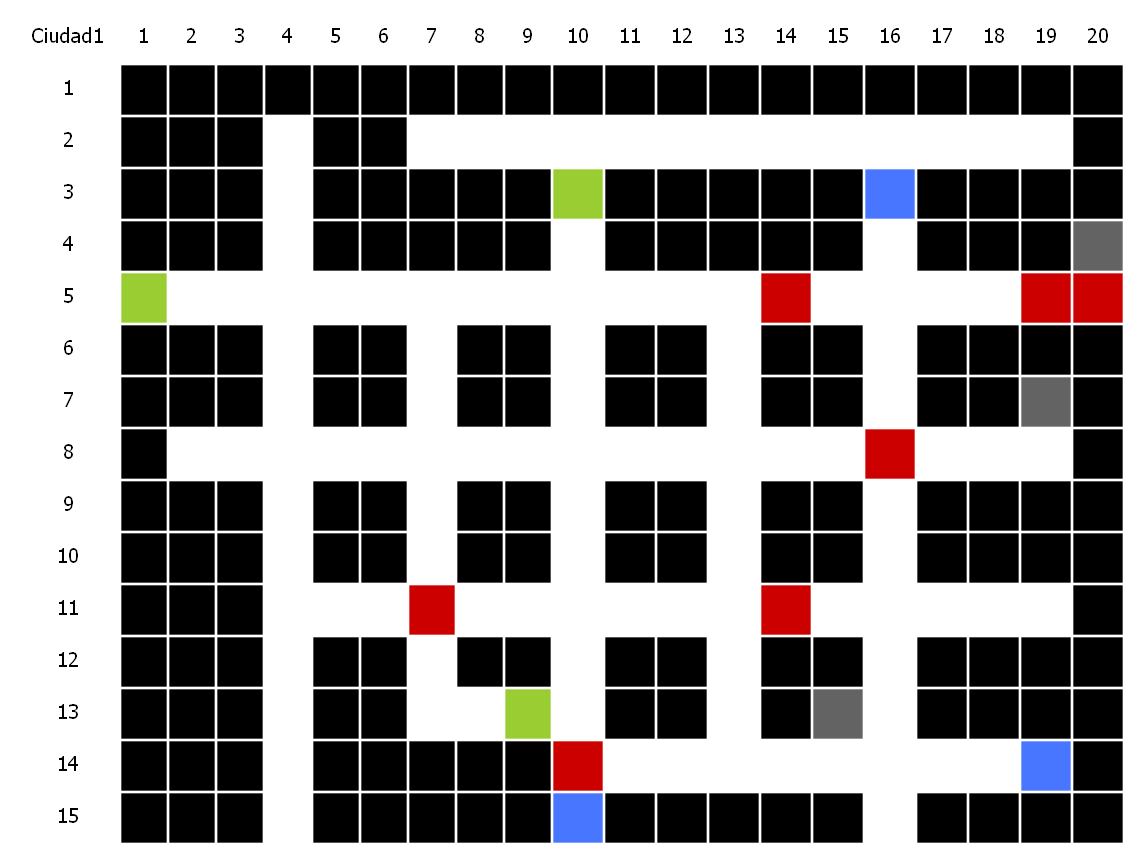
Earlier version of the Graphviz export MapasGenerados/Matriz_Ciudad1.png (rodrialeh01/IPC2_Proyecto2_201900042). Its source is kept beside it as MapasGenerados/Matriz_Ciudad1.dot.
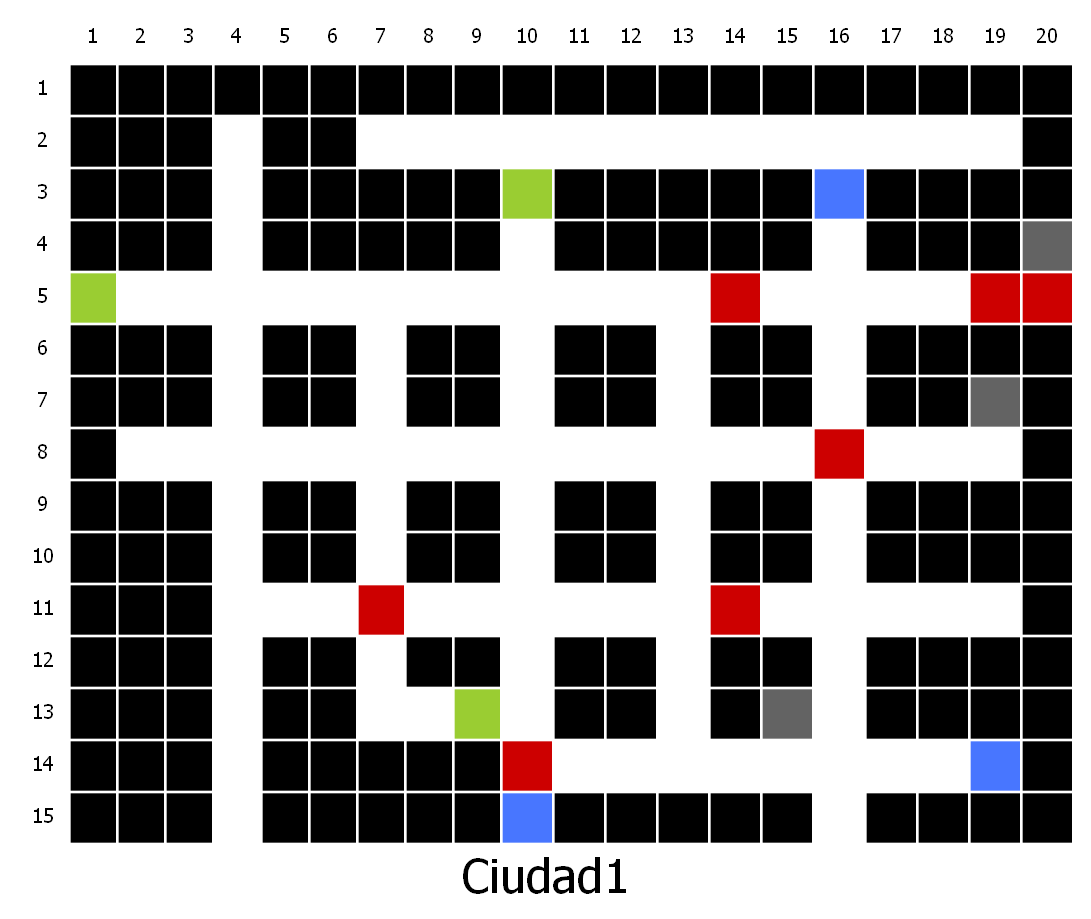
Later version of the same file.

What changed in the source:
```diff
@@ -3,7 +3,7 @@
 	patron [fontname="Roboto Condensed"fontsize="15pt", label=<
 <TABLE BORDER="0" CELLBORDER="0" CELLSPACING="2" CELLPADDING="10">
 <TR>
-    <TD border="0">Ciudad1</TD><TD border="0">1</TD><TD border="0">2</TD><TD border="0">3</TD><TD border="0">4</TD><TD border="0">5</TD><TD border="0">6</TD><TD border="0">7</TD><TD border="0">8</TD><TD border="0">9</TD><TD border="0">10</TD><TD border="0">11</TD><TD border="0">12</TD><TD border="0">13</TD><TD border="0">14</TD><TD border="0">15</TD><TD border="0">16</TD><TD border="0">17</TD><TD border="0">18</TD><TD border="0">19</TD><TD border="0">20</TD>
+    <TD border="0"></TD><TD border="0">1</TD><TD border="0">2</TD><TD border="0">3</TD><TD border="0">4</TD><TD border="0">5</TD><TD border="0">6</TD><TD border="0">7</TD><TD border="0">8</TD><TD border="0">9</TD><TD border="0">10</TD><TD border="0">11</TD><TD border="0">12</TD><TD border="0">13</TD><TD border="0">14</TD><TD border="0">15</TD><TD border="0">16</TD><TD border="0">17</TD><TD border="0">18</TD><TD border="0">19</TD><TD border="0">20</TD>
 </TR>
 <TR>
         <TD border="0">1</TD>
@@ -334,5 +334,5 @@
 <TD bgcolor="black">   </TD>
 <TD bgcolor="black">   </TD>
 <TD bgcolor="black">   </TD>
-<TD bgcolor="black">   </TD></TR></TABLE>>]
+<TD bgcolor="black">   </TD></TR></TABLE>>]fontname="Roboto Condensed"fontsize="35pt"label="Ciudad1"
 }
```
